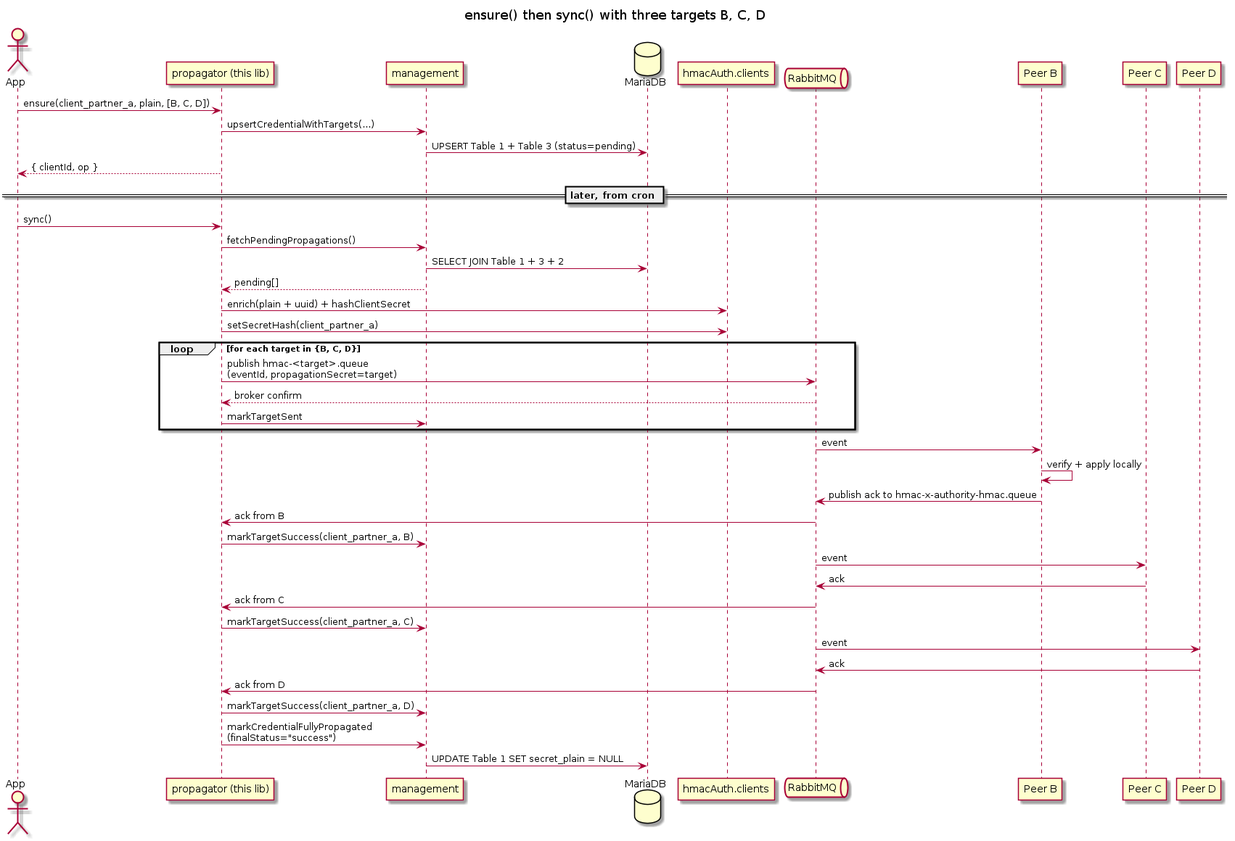
padcmoi/node-hmac-auth-core-propagation keeps this PlantUML diagram as docs/diagrams/seq-ensure-sync.png. Above is the earlier version. Its source is kept beside it as docs/diagrams/seq-ensure-sync.puml.
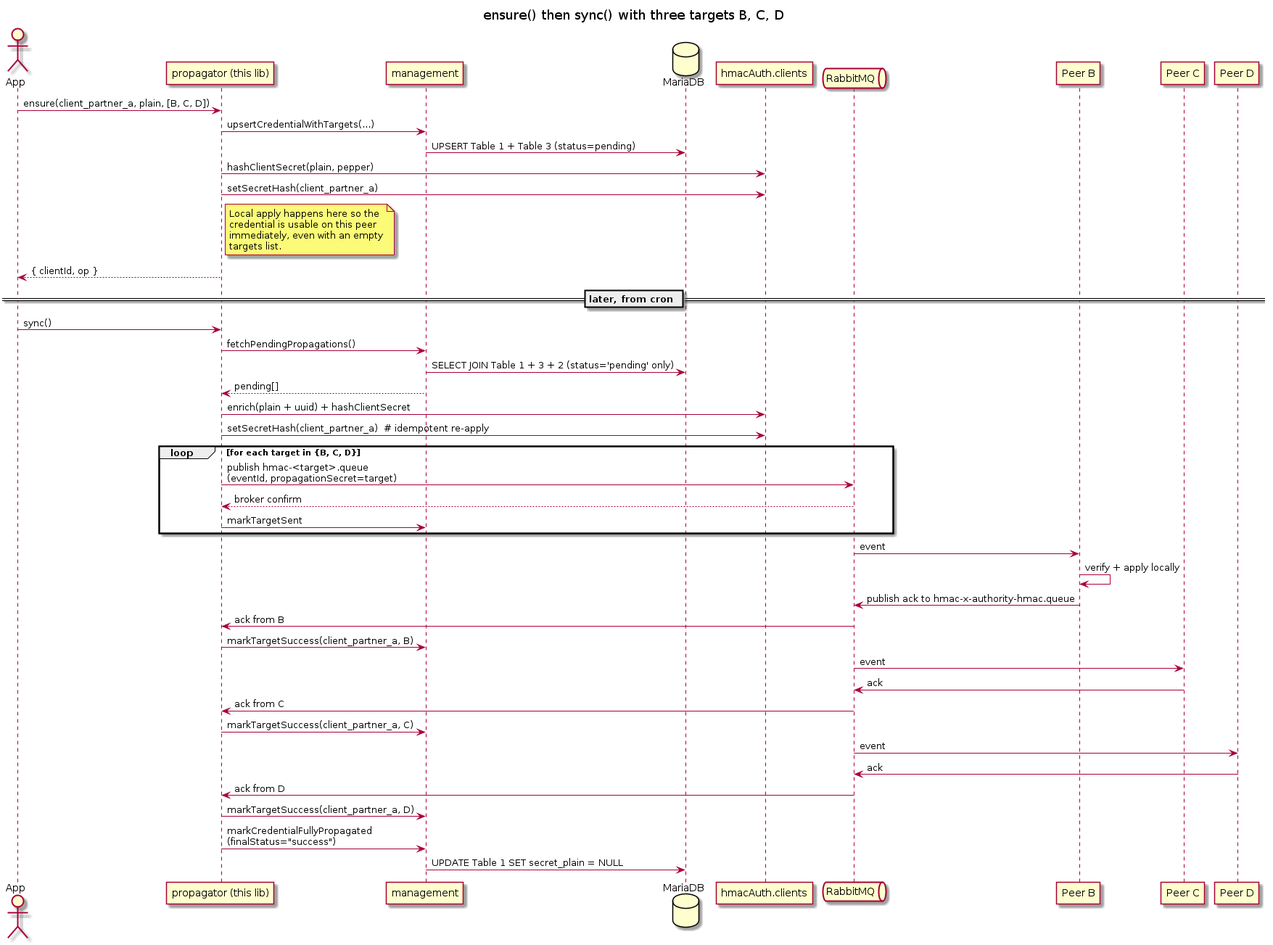
Above is the later version.

Commit message:
docs: sync docs and diagrams with publish-once policy, immediate local apply, zero-loss restart, distinct peppers, poc target endpoints + local dev

What changed in the source:
```diff
@@ -14,16 +14,24 @@
 App -> Lib : ensure(client_partner_a, plain, [B, C, D])
 Lib -> Mgmt : upsertCredentialWithTargets(...)
 Mgmt -> DB : UPSERT Table 1 + Table 3 (status=pending)
+Lib -> Core : hashClientSecret(plain, pepper)
+Lib -> Core : setSecretHash(client_partner_a)
+note right of Lib
+  Local apply happens here so the
+  credential is usable on this peer
+  immediately, even with an empty
+  targets list.
+end note
 Lib --> App : { clientId, op }
 
 == later, from cron ==
 
 App -> Lib : sync()
 Lib -> Mgmt : fetchPendingPropagations()
-Mgmt -> DB : SELECT JOIN Table 1 + 3 + 2
+Mgmt -> DB : SELECT JOIN Table 1 + 3 + 2 (status='pending' only)
 Mgmt --> Lib : pending[]
 Lib -> Core : enrich(plain + uuid) + hashClientSecret
-Lib -> Core : setSecretHash(client_partner_a)
+Lib -> Core : setSecretHash(client_partner_a)  # idempotent re-apply
 loop for each target in {B, C, D}
   Lib -> Q : publish hmac-<target>.queue\n(eventId, propagationSecret=target)
   Q --> Lib : broker confirm
```
